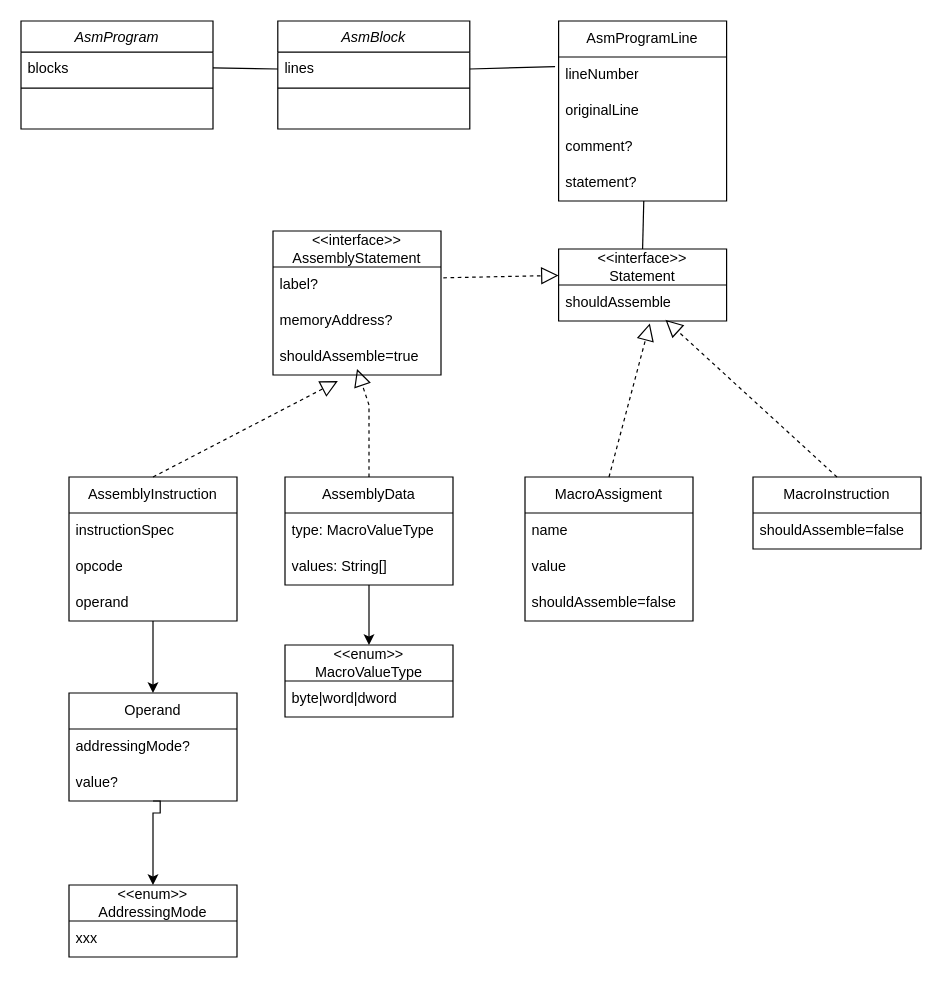
The draw.io diagram doc/dart_c64_datamodel.drawio in tevuore/dax64, before the edit. Source tidied: cells renumbered, new cells numbered last; positions are measured from the earlier drawing's top-left corner, leaving out a move shared by most shapes. Both pictures are drawn from the tidied source at 120%, with x=0, y=0 at pixel (20, 20).
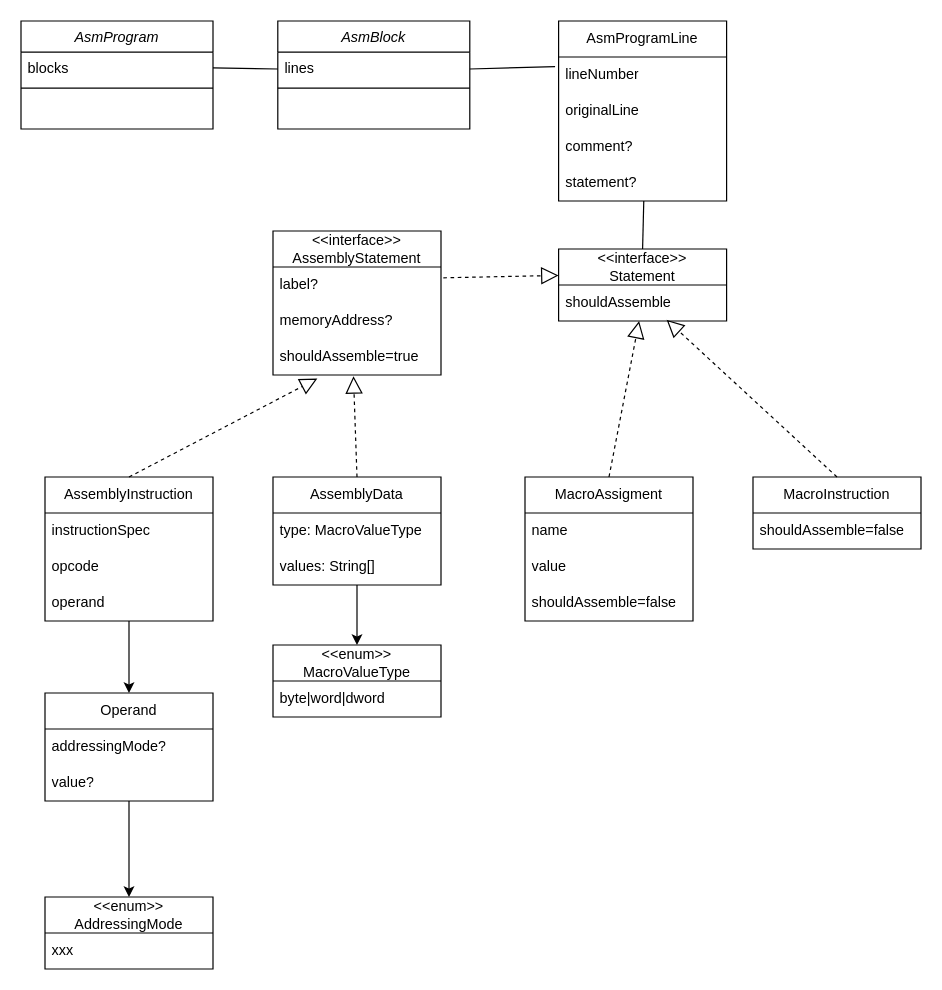
After the change.

Commit message:
Fine tune datamodel chart

The change refers to these unchanged cells:
```xml
<mxCell id="14" value="shouldAssemble" style="text;strokeColor=none;fillColor=none;align=left;verticalAlign=middle;spacingLeft=4;spacingRight=4;overflow=hidden;points=[[0,0.5],[1,0.5]];portConstraint=eastwest;whiteSpace=wrap;html=1;" parent="13" vertex="1">
  <mxGeometry y="30" width="140" height="30" as="geometry" />
</mxCell>
<mxCell id="21" value="shouldAssemble=true" style="text;strokeColor=none;fillColor=none;align=left;verticalAlign=middle;spacingLeft=4;spacingRight=4;overflow=hidden;points=[[0,0.5],[1,0.5]];portConstraint=eastwest;whiteSpace=wrap;html=1;" parent="18" vertex="1">
  <mxGeometry y="90" width="140" height="30" as="geometry" />
</mxCell>
<mxCell id="38" value="MacroInstruction" style="swimlane;fontStyle=0;horizontal=1;startSize=30;whiteSpace=wrap;html=1;" parent="1" vertex="1">
  <mxGeometry x="610" y="380" width="140" height="60" as="geometry" />
</mxCell>
```

What changed in the source:
```diff
@@
-    <mxCell id="22" style="edgeStyle=orthogonalEdgeStyle;rounded=0;jettySize=auto;html=1;" parent="1" edge="1" source="23" target="46">
-      <mxGeometry relative="1" as="geometry" />
+    <mxCell id="22" style="edgeStyle=orthogonalEdgeStyle;rounded=0;jettySize=auto;html=1;" parent="1" edge="1" source="23">
+      <mxGeometry relative="1" as="geometry">
+        <mxPoint x="90" y="560" as="targetPoint" />
+      </mxGeometry>
     </mxCell>
     <mxCell id="23" value="AssemblyInstruction" style="swimlane;fontStyle=0;horizontal=1;startSize=30;whiteSpace=wrap;html=1;" parent="1" vertex="1">
-      <mxGeometry x="40" y="380" width="140" height="120" as="geometry" />
+      <mxGeometry x="20" y="380" width="140" height="120" as="geometry" />
     </mxCell>
@@
-    <mxCell id="28" style="endArrow=block;dashed=1;endFill=0;endSize=12;html=1;rounded=0;entryX=0.386;entryY=1.167;entryDx=0;entryDy=0;exitX=0.5;exitY=0;exitDx=0;exitDy=0;entryPerimeter=0;" parent="1" edge="1" source="23" target="21">
+    <mxCell id="28" style="endArrow=block;dashed=1;endFill=0;endSize=12;html=1;rounded=0;exitX=0.5;exitY=0;exitDx=0;exitDy=0;entryX=0.264;entryY=1.1;entryDx=0;entryDy=0;entryPerimeter=0;" parent="1" edge="1" source="23" target="21">
       <mxGeometry relative="1" as="geometry" />
     </mxCell>
-    <mxCell id="29" style="edgeStyle=orthogonalEdgeStyle;rounded=0;jettySize=auto;html=1;entryX=0.5;entryY=0;entryDx=0;entryDy=0;" parent="1" edge="1" source="30" target="42">
+    <mxCell id="29" style="rounded=0;jettySize=auto;html=1;entryX=0.5;entryY=0;entryDx=0;entryDy=0;" parent="1" edge="1" source="30" target="42">
       <mxGeometry relative="1" as="geometry" />
     </mxCell>
     <mxCell id="30" value="AssemblyData" style="swimlane;fontStyle=0;horizontal=1;startSize=30;whiteSpace=wrap;html=1;" parent="1" vertex="1">
-      <mxGeometry x="220" y="380" width="140" height="90" as="geometry" />
+      <mxGeometry x="210" y="380" width="140" height="90" as="geometry" />
     </mxCell>
@@
-    <mxCell id="33" style="endArrow=block;dashed=1;endFill=0;endSize=12;html=1;rounded=0;exitX=0.5;exitY=0;exitDx=0;exitDy=0;" parent="1" edge="1" source="30">
-      <mxGeometry relative="1" as="geometry">
-        <mxPoint x="280" y="290" as="targetPoint" />
-        <Array as="points">
-          <mxPoint x="290" y="320" />
-        </Array>
-      </mxGeometry>
+    <mxCell id="33" style="endArrow=block;dashed=1;endFill=0;endSize=12;html=1;rounded=0;exitX=0.5;exitY=0;exitDx=0;exitDy=0;entryX=0.479;entryY=1.033;entryDx=0;entryDy=0;entryPerimeter=0;" parent="1" edge="1" source="30" target="21">
+      <mxGeometry relative="1" as="geometry" />
     </mxCell>
@@
-    <mxCell id="40" style="endArrow=block;dashed=1;endFill=0;endSize=12;html=1;rounded=0;entryX=0.543;entryY=1.067;entryDx=0;entryDy=0;entryPerimeter=0;" parent="1" edge="1" target="14">
+    <mxCell id="40" style="endArrow=block;dashed=1;endFill=0;endSize=12;html=1;rounded=0;" parent="1" edge="1" target="14">
       <mxGeometry relative="1" as="geometry">
         <mxPoint x="490" y="380" as="sourcePoint" />
       </mxGeometry>
     </mxCell>
-    <mxCell id="41" style="endArrow=block;dashed=1;endFill=0;endSize=12;html=1;rounded=0;entryX=0.636;entryY=0.967;entryDx=0;entryDy=0;entryPerimeter=0;exitX=0.5;exitY=0;exitDx=0;exitDy=0;" parent="1" edge="1" source="38" target="14">
+    <mxCell id="41" style="endArrow=block;dashed=1;endFill=0;endSize=12;html=1;rounded=0;entryX=0.643;entryY=0.967;entryDx=0;entryDy=0;entryPerimeter=0;exitX=0.5;exitY=0;exitDx=0;exitDy=0;" parent="1" edge="1" source="38" target="14">
       <mxGeometry relative="1" as="geometry" />
     </mxCell>
     <mxCell id="42" value="&amp;lt;&amp;lt;enum&amp;gt;&amp;gt;&lt;br&gt;MacroValueType" style="swimlane;fontStyle=0;horizontal=1;startSize=30;whiteSpace=wrap;html=1;" parent="1" vertex="1">
-      <mxGeometry x="220" y="520" width="140" height="60" as="geometry" />
+      <mxGeometry x="210" y="520" width="140" height="60" as="geometry" />
     </mxCell>
@@
     <mxCell id="44" value="&amp;lt;&amp;lt;enum&amp;gt;&amp;gt;&lt;br&gt;AddressingMode" style="swimlane;fontStyle=0;horizontal=1;startSize=30;whiteSpace=wrap;html=1;" parent="1" vertex="1">
-      <mxGeometry x="40" y="720" width="140" height="60" as="geometry" />
+      <mxGeometry x="20" y="730" width="140" height="60" as="geometry" />
     </mxCell>
@@
     <mxCell id="46" value="Operand" style="swimlane;fontStyle=0;horizontal=1;startSize=30;whiteSpace=wrap;html=1;" parent="1" vertex="1">
-      <mxGeometry x="40" y="560" width="140" height="90" as="geometry" />
+      <mxGeometry x="20" y="560" width="140" height="90" as="geometry" />
     </mxCell>
@@
-    <mxCell id="49" style="edgeStyle=orthogonalEdgeStyle;rounded=0;jettySize=auto;html=1;entryX=0.5;entryY=0;entryDx=0;entryDy=0;" parent="1" edge="1" target="44">
+    <mxCell id="49" style="rounded=0;jettySize=auto;html=1;entryX=0.5;entryY=0;entryDx=0;entryDy=0;" parent="1" edge="1" target="44">
       <mxGeometry relative="1" as="geometry">
-        <mxPoint x="110" y="650" as="sourcePoint" />
-        <Array as="points">
-          <mxPoint x="116" y="660" />
-          <mxPoint x="110" y="660" />
-        </Array>
+        <mxPoint x="90" y="650" as="sourcePoint" />
       </mxGeometry>
     </mxCell>
```
